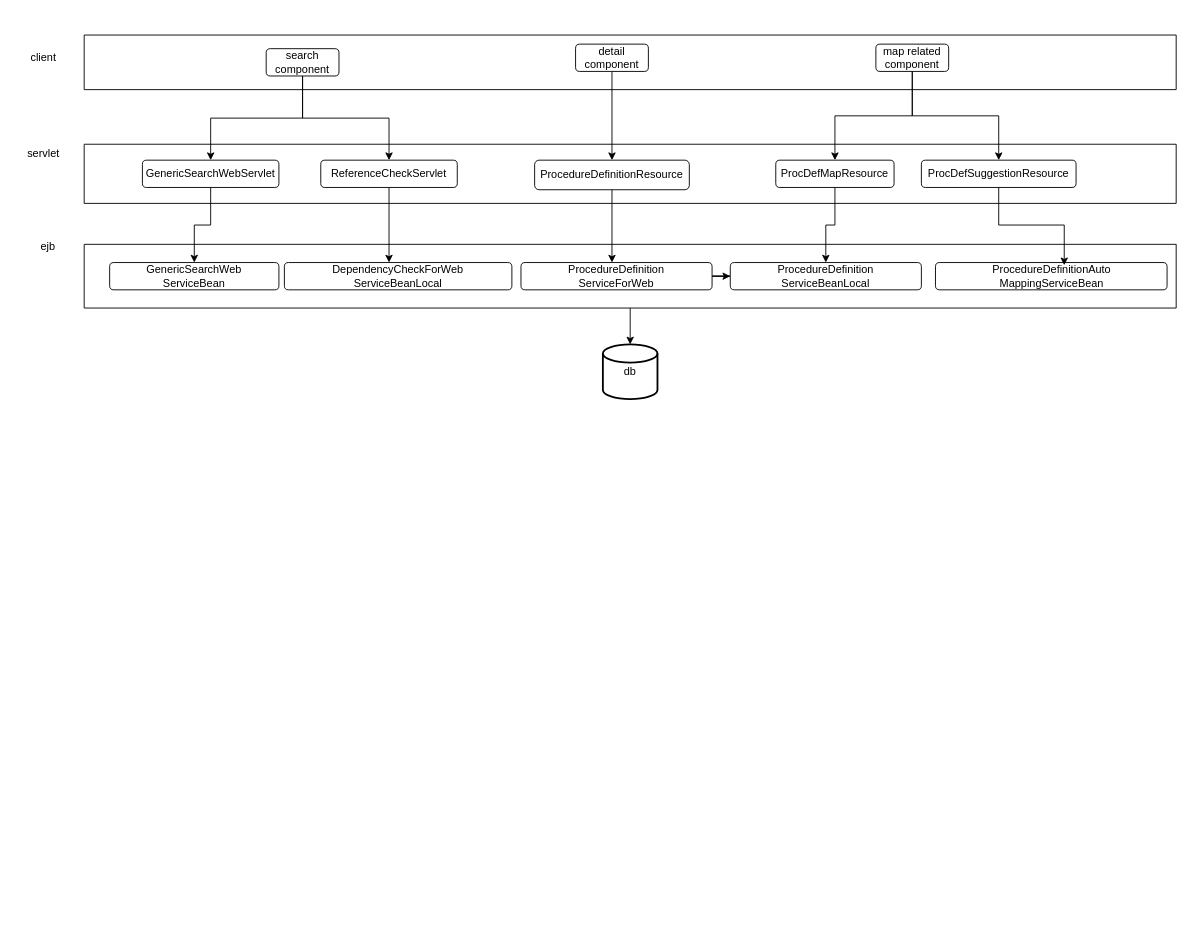
The draw.io diagram component.drawio in guo-fan/react_notes, before the edit. Source tidied: cells renumbered, new cells numbered last; positions are measured from the earlier drawing's top-left corner, leaving out a move shared by most shapes. Both pictures are drawn from the tidied source at 91%, with x=0, y=0 at pixel (15, 35).
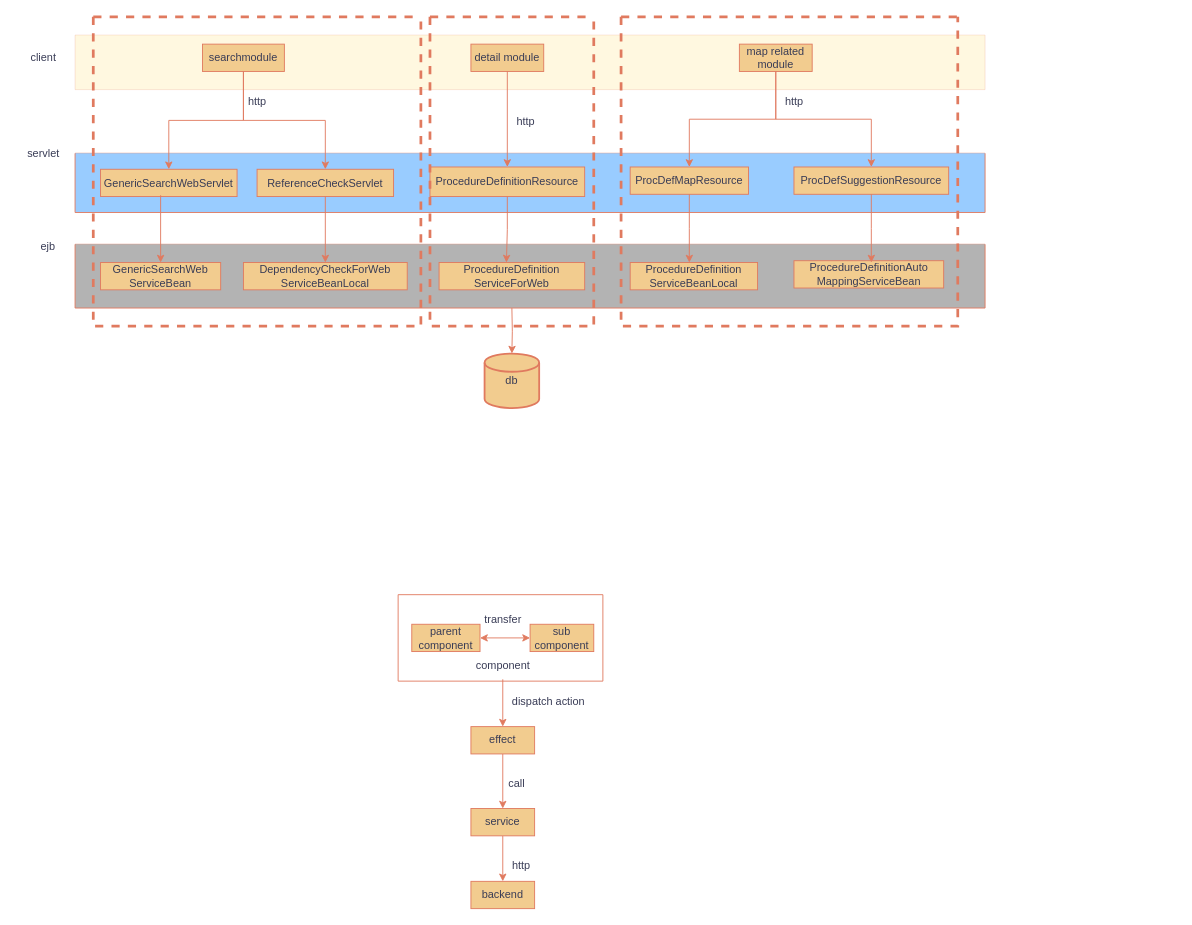
After the change.

What changed in the source:
```diff
@@
-    <mxCell id="2" style="edgeStyle=orthogonalEdgeStyle;rounded=0;jettySize=auto;html=1;entryX=0.5;entryY=0;entryDx=0;entryDy=0;exitX=0.5;exitY=1;exitDx=0;exitDy=0;entryPerimeter=0;" parent="1" edge="1" source="5" target="11">
-      <mxGeometry relative="1" as="geometry" />
-    </mxCell>
-    <mxCell id="3" style="swimlane;startSize=0;" parent="1" vertex="1">
-      <mxGeometry x="75" width="1200" height="60" as="geometry" />
+    <mxCell id="3" style="swimlane;startSize=0;rounded=0;labelBackgroundColor=none;swimlaneFillColor=#FFD966;fillStyle=auto;shadow=0;textShadow=0;glass=0;opacity=20;fillColor=#F2CC8F;strokeColor=#E07A5F;fontColor=#393C56;" parent="1" vertex="1">
+      <mxGeometry x="65" width="1000" height="60" as="geometry" />
     </mxCell>
-    <mxCell id="4" value="search component" style="rounded=1;whiteSpace=wrap;html=1;" parent="3" vertex="1">
-      <mxGeometry x="200" y="15" width="80" height="30" as="geometry" />
+    <mxCell id="4" value="searchmodule" style="rounded=0;whiteSpace=wrap;html=1;labelBackgroundColor=none;fillColor=#F2CC8F;strokeColor=#E07A5F;fontColor=#393C56;" parent="3" vertex="1">
+      <mxGeometry x="140" y="10" width="90" height="30" as="geometry" />
     </mxCell>
-    <mxCell id="5" value="detail component" style="rounded=1;whiteSpace=wrap;html=1;" parent="3" vertex="1">
-      <mxGeometry x="540" y="10" width="80" height="30" as="geometry" />
+    <mxCell id="5" value="detail module" style="rounded=0;whiteSpace=wrap;html=1;labelBackgroundColor=none;fillColor=#F2CC8F;strokeColor=#E07A5F;fontColor=#393C56;" parent="3" vertex="1">
+      <mxGeometry x="435" y="10" width="80" height="30" as="geometry" />
     </mxCell>
-    <mxCell id="6" value="map related component" style="rounded=1;whiteSpace=wrap;html=1;" parent="3" vertex="1">
-      <mxGeometry x="870" y="10" width="80" height="30" as="geometry" />
+    <mxCell id="6" value="map related module" style="rounded=0;whiteSpace=wrap;html=1;labelBackgroundColor=none;fillColor=#F2CC8F;strokeColor=#E07A5F;fontColor=#393C56;" parent="3" vertex="1">
+      <mxGeometry x="730" y="10" width="80" height="30" as="geometry" />
     </mxCell>
-    <mxCell id="7" value="client" style="text;html=1;align=center;verticalAlign=middle;strokeColor=none;fillColor=none;" parent="1" vertex="1">
+    <mxCell id="7" value="client" style="text;html=1;align=center;verticalAlign=middle;strokeColor=none;fillColor=none;rounded=0;labelBackgroundColor=none;fontColor=#393C56;" parent="1" vertex="1">
       <mxGeometry x="5" y="10" width="50" height="30" as="geometry" />
     </mxCell>
-    <mxCell id="8" style="swimlane;startSize=0;" parent="1" vertex="1">
-      <mxGeometry x="75" y="120" width="1200" height="65" as="geometry" />
+    <mxCell id="8" style="swimlane;startSize=0;rounded=0;labelBackgroundColor=none;swimlaneFillColor=#99CCFF;fillColor=#F2CC8F;strokeColor=#E07A5F;fontColor=#393C56;" parent="1" vertex="1">
+      <mxGeometry x="65" y="130" width="1000" height="65" as="geometry" />
     </mxCell>
-    <mxCell id="9" value="GenericSearchWebServlet" style="rounded=1;whiteSpace=wrap;html=1;" parent="8" vertex="1">
-      <mxGeometry x="64" y="17.5" width="150" height="30" as="geometry" />
+    <mxCell id="9" value="GenericSearchWebServlet" style="rounded=0;whiteSpace=wrap;html=1;labelBackgroundColor=none;fillColor=#F2CC8F;strokeColor=#E07A5F;fontColor=#393C56;" parent="8" vertex="1">
+      <mxGeometry x="28" y="17.5" width="150" height="30" as="geometry" />
     </mxCell>
-    <mxCell id="10" value="ReferenceCheckServlet" style="rounded=1;whiteSpace=wrap;html=1;" parent="8" vertex="1">
-      <mxGeometry x="260" y="17.5" width="150" height="30" as="geometry" />
+    <mxCell id="10" value="ReferenceCheckServlet" style="rounded=0;whiteSpace=wrap;html=1;labelBackgroundColor=none;fillColor=#F2CC8F;strokeColor=#E07A5F;fontColor=#393C56;" parent="8" vertex="1">
+      <mxGeometry x="200" y="17.5" width="150" height="30" as="geometry" />
     </mxCell>
-    <mxCell id="11" value="ProcedureDefinitionResource" style="rounded=1;whiteSpace=wrap;html=1;" parent="8" vertex="1">
-      <mxGeometry x="495" y="17.5" width="170" height="32.5" as="geometry" />
+    <mxCell id="11" value="ProcedureDefinitionResource" style="rounded=0;whiteSpace=wrap;html=1;labelBackgroundColor=none;fillColor=#F2CC8F;strokeColor=#E07A5F;fontColor=#393C56;" parent="8" vertex="1">
+      <mxGeometry x="390" y="15" width="170" height="32.5" as="geometry" />
     </mxCell>
-    <mxCell id="12" value="ProcDefMapResource" style="rounded=1;whiteSpace=wrap;html=1;" parent="8" vertex="1">
-      <mxGeometry x="760" y="17.5" width="130" height="30" as="geometry" />
+    <mxCell id="12" value="ProcDefMapResource" style="rounded=0;whiteSpace=wrap;html=1;labelBackgroundColor=none;fillColor=#F2CC8F;strokeColor=#E07A5F;fontColor=#393C56;" parent="8" vertex="1">
+      <mxGeometry x="610" y="15" width="130" height="30" as="geometry" />
     </mxCell>
-    <mxCell id="13" value="ProcDefSuggestionResource" style="rounded=1;whiteSpace=wrap;html=1;" parent="8" vertex="1">
-      <mxGeometry x="920" y="17.5" width="170" height="30" as="geometry" />
+    <mxCell id="13" value="ProcDefSuggestionResource" style="rounded=0;whiteSpace=wrap;html=1;labelBackgroundColor=none;fillColor=#F2CC8F;strokeColor=#E07A5F;fontColor=#393C56;" parent="8" vertex="1">
+      <mxGeometry x="790" y="15" width="170" height="30" as="geometry" />
     </mxCell>
-    <mxCell id="14" value="servlet" style="text;html=1;align=center;verticalAlign=middle;strokeColor=none;fillColor=none;" parent="1" vertex="1">
+    <mxCell id="14" value="servlet" style="text;html=1;align=center;verticalAlign=middle;strokeColor=none;fillColor=none;rounded=0;labelBackgroundColor=none;fontColor=#393C56;" parent="1" vertex="1">
       <mxGeometry y="115" width="60" height="30" as="geometry" />
     </mxCell>
-    <mxCell id="15" style="edgeStyle=orthogonalEdgeStyle;rounded=0;jettySize=auto;html=1;" parent="1" edge="1" source="16" target="24">
-      <mxGeometry relative="1" as="geometry" />
+    <mxCell id="15" style="edgeStyle=orthogonalEdgeStyle;rounded=0;jettySize=auto;html=1;labelBackgroundColor=none;fontColor=default;strokeColor=#E07A5F;" parent="1" edge="1" target="24">
+      <mxGeometry relative="1" as="geometry">
+        <mxPoint x="545" y="300" as="sourcePoint" />
+      </mxGeometry>
     </mxCell>
-    <mxCell id="16" style="swimlane;startSize=0;" parent="1" vertex="1">
-      <mxGeometry x="75" y="230" width="1200" height="70" as="geometry" />
+    <mxCell id="16" style="swimlane;startSize=0;rounded=0;labelBackgroundColor=none;swimlaneFillColor=#B3B3B3;fillColor=#F2CC8F;strokeColor=#E07A5F;fontColor=#393C56;" parent="1" vertex="1">
+      <mxGeometry x="65" y="230" width="1000" height="70" as="geometry" />
     </mxCell>
-    <mxCell id="17" value="GenericSearchWeb&lt;br&gt;ServiceBean" style="rounded=1;whiteSpace=wrap;html=1;" parent="16" vertex="1">
-      <mxGeometry x="28" y="20" width="186" height="30" as="geometry" />
+    <mxCell id="17" value="GenericSearchWeb&lt;br&gt;ServiceBean" style="rounded=0;whiteSpace=wrap;html=1;labelBackgroundColor=none;fillColor=#F2CC8F;strokeColor=#E07A5F;fontColor=#393C56;" parent="16" vertex="1">
+      <mxGeometry x="28" y="20" width="132" height="30" as="geometry" />
     </mxCell>
-    <mxCell id="18" value="DependencyCheckForWeb&lt;br&gt;ServiceBeanLocal" style="rounded=1;whiteSpace=wrap;html=1;" parent="16" vertex="1">
-      <mxGeometry x="220" y="20" width="250" height="30" as="geometry" />
+    <mxCell id="18" value="DependencyCheckForWeb&lt;br&gt;ServiceBeanLocal" style="rounded=0;whiteSpace=wrap;html=1;labelBackgroundColor=none;fillColor=#F2CC8F;strokeColor=#E07A5F;fontColor=#393C56;" parent="16" vertex="1">
+      <mxGeometry x="185" y="20" width="180" height="30" as="geometry" />
     </mxCell>
-    <mxCell id="19" style="edgeStyle=orthogonalEdgeStyle;rounded=0;jettySize=auto;html=1;entryX=0;entryY=0.5;entryDx=0;entryDy=0;" parent="16" edge="1" source="20" target="22">
-      <mxGeometry relative="1" as="geometry" />
-    </mxCell>
-    <mxCell id="20" value="ProcedureDefinition&lt;br&gt;ServiceForWeb" style="rounded=1;whiteSpace=wrap;html=1;" parent="16" vertex="1">
-      <mxGeometry x="480" y="20" width="210" height="30" as="geometry" />
+    <mxCell id="20" value="ProcedureDefinition&lt;br&gt;ServiceForWeb" style="rounded=0;whiteSpace=wrap;html=1;labelBackgroundColor=none;fillColor=#F2CC8F;strokeColor=#E07A5F;fontColor=#393C56;" parent="16" vertex="1">
+      <mxGeometry x="400" y="20" width="160" height="30" as="geometry" />
     </mxCell>
+    <mxCell id="22" value="ProcedureDefinition&lt;br&gt;ServiceBeanLocal" style="rounded=0;whiteSpace=wrap;html=1;labelBackgroundColor=none;fillColor=#F2CC8F;strokeColor=#E07A5F;fontColor=#393C56;" parent="16" vertex="1">
+      <mxGeometry x="610" y="20" width="140" height="30" as="geometry" />
+    </mxCell>
-    <mxCell id="21" value="ProcedureDefinitionAuto&lt;br&gt;MappingServiceBean" style="rounded=1;whiteSpace=wrap;html=1;" parent="16" vertex="1">
-      <mxGeometry x="935.5" y="20" width="254.5" height="30" as="geometry" />
+    <mxCell id="21" value="ProcedureDefinitionAuto&lt;br&gt;MappingServiceBean" style="rounded=0;whiteSpace=wrap;html=1;labelBackgroundColor=none;fillColor=#F2CC8F;strokeColor=#E07A5F;fontColor=#393C56;" parent="16" vertex="1">
+      <mxGeometry x="790" y="18" width="164.5" height="30" as="geometry" />
     </mxCell>
-    <mxCell id="22" value="ProcedureDefinition&lt;br&gt;ServiceBeanLocal" style="rounded=1;whiteSpace=wrap;html=1;" parent="16" vertex="1">
-      <mxGeometry x="710" y="20" width="210" height="30" as="geometry" />
-    </mxCell>
-    <mxCell id="23" value="ejb" style="text;html=1;align=center;verticalAlign=middle;strokeColor=none;fillColor=none;" parent="1" vertex="1">
+    <mxCell id="23" value="ejb" style="text;html=1;align=center;verticalAlign=middle;strokeColor=none;fillColor=none;rounded=0;labelBackgroundColor=none;fontColor=#393C56;" parent="1" vertex="1">
       <mxGeometry x="15" y="218" width="40" height="30" as="geometry" />
     </mxCell>
-    <mxCell id="24" value="db" style="strokeWidth=2;html=1;shape=mxgraph.flowchart.database;whiteSpace=wrap;" parent="1" vertex="1">
-      <mxGeometry x="645" y="340" width="60" height="60" as="geometry" />
+    <mxCell id="24" value="db" style="strokeWidth=2;html=1;shape=mxgraph.flowchart.database;whiteSpace=wrap;rounded=0;labelBackgroundColor=none;fillColor=#F2CC8F;strokeColor=#E07A5F;fontColor=#393C56;" parent="1" vertex="1">
+      <mxGeometry x="515" y="350" width="60" height="60" as="geometry" />
     </mxCell>
-    <mxCell id="25" style="edgeStyle=orthogonalEdgeStyle;rounded=0;jettySize=auto;html=1;" parent="1" edge="1" source="4" target="10">
+    <mxCell id="25" style="edgeStyle=orthogonalEdgeStyle;rounded=0;jettySize=auto;html=1;labelBackgroundColor=none;fontColor=default;strokeColor=#E07A5F;" parent="1" edge="1" source="4" target="10">
       <mxGeometry relative="1" as="geometry" />
     </mxCell>
-    <mxCell id="26" style="edgeStyle=orthogonalEdgeStyle;rounded=0;jettySize=auto;html=1;" parent="1" edge="1" source="4" target="9">
+    <mxCell id="26" style="edgeStyle=orthogonalEdgeStyle;rounded=0;jettySize=auto;html=1;labelBackgroundColor=none;fontColor=default;strokeColor=#E07A5F;" parent="1" edge="1" source="4" target="9">
       <mxGeometry relative="1" as="geometry" />
     </mxCell>
-    <mxCell id="27" style="edgeStyle=orthogonalEdgeStyle;rounded=0;jettySize=auto;html=1;entryX=0.5;entryY=0;entryDx=0;entryDy=0;" parent="1" edge="1" source="6" target="12">
+    <mxCell id="27" style="edgeStyle=orthogonalEdgeStyle;rounded=0;jettySize=auto;html=1;entryX=0.5;entryY=0;entryDx=0;entryDy=0;labelBackgroundColor=none;fontColor=default;strokeColor=#E07A5F;" parent="1" edge="1" source="6" target="12">
       <mxGeometry relative="1" as="geometry" />
     </mxCell>
-    <mxCell id="28" style="edgeStyle=orthogonalEdgeStyle;rounded=0;jettySize=auto;html=1;" parent="1" edge="1" source="6" target="13">
+    <mxCell id="28" style="edgeStyle=orthogonalEdgeStyle;rounded=0;jettySize=auto;html=1;labelBackgroundColor=none;fontColor=default;strokeColor=#E07A5F;" parent="1" edge="1" source="6" target="13">
       <mxGeometry relative="1" as="geometry" />
     </mxCell>
-    <mxCell id="29" style="edgeStyle=orthogonalEdgeStyle;rounded=0;jettySize=auto;html=1;" parent="1" edge="1" source="9" target="17">
+    <mxCell id="29" style="edgeStyle=orthogonalEdgeStyle;rounded=0;jettySize=auto;html=1;labelBackgroundColor=none;fontColor=default;exitX=0.44;exitY=0.95;exitDx=0;exitDy=0;exitPerimeter=0;strokeColor=#E07A5F;" parent="1" edge="1" source="9" target="17">
       <mxGeometry relative="1" as="geometry" />
     </mxCell>
-    <mxCell id="30" style="edgeStyle=orthogonalEdgeStyle;rounded=0;jettySize=auto;html=1;entryX=0.46;entryY=0;entryDx=0;entryDy=0;entryPerimeter=0;" parent="1" edge="1" source="10" target="18">
+    <mxCell id="30" style="edgeStyle=orthogonalEdgeStyle;rounded=0;jettySize=auto;html=1;entryX=0.5;entryY=0;entryDx=0;entryDy=0;labelBackgroundColor=none;fontColor=default;strokeColor=#E07A5F;" parent="1" edge="1" source="10" target="18">
       <mxGeometry relative="1" as="geometry" />
     </mxCell>
-    <mxCell id="31" style="edgeStyle=orthogonalEdgeStyle;rounded=0;jettySize=auto;html=1;entryX=0.5;entryY=0;entryDx=0;entryDy=0;" parent="1" edge="1" source="12" target="22">
-      <mxGeometry relative="1" as="geometry" />
+    <mxCell id="31" style="edgeStyle=orthogonalEdgeStyle;rounded=0;jettySize=auto;html=1;labelBackgroundColor=none;fontColor=default;strokeColor=#E07A5F;" parent="1" edge="1" source="12">
+      <mxGeometry relative="1" as="geometry">
+        <mxPoint x="740" y="250" as="targetPoint" />
+      </mxGeometry>
     </mxCell>
-    <mxCell id="32" style="edgeStyle=orthogonalEdgeStyle;rounded=0;jettySize=auto;html=1;entryX=0.556;entryY=0.1;entryDx=0;entryDy=0;entryPerimeter=0;" parent="1" edge="1" source="13" target="21">
-      <mxGeometry relative="1" as="geometry" />
+    <mxCell id="32" style="edgeStyle=orthogonalEdgeStyle;rounded=0;jettySize=auto;html=1;labelBackgroundColor=none;fontColor=default;strokeColor=#E07A5F;" parent="1" edge="1" source="13">
+      <mxGeometry relative="1" as="geometry">
+        <mxPoint x="940" y="250" as="targetPoint" />
+      </mxGeometry>
     </mxCell>
-    <mxCell id="33" style="edgeStyle=orthogonalEdgeStyle;rounded=0;jettySize=auto;html=1;" parent="1" edge="1" source="11">
-      <mxGeometry relative="1" as="geometry">
-        <mxPoint x="655" y="250" as="targetPoint" />
-      </mxGeometry>
-    </mxCell>
+    <mxCell id="34" style="edgeStyle=orthogonalEdgeStyle;rounded=0;jettySize=auto;html=1;labelBackgroundColor=none;fontColor=default;strokeColor=#E07A5F;" parent="1" edge="1" source="35" target="37">
+      <mxGeometry relative="1" as="geometry" />
+    </mxCell>
+    <mxCell id="35" value="effect" style="rounded=0;whiteSpace=wrap;html=1;labelBackgroundColor=none;fillColor=#F2CC8F;strokeColor=#E07A5F;fontColor=#393C56;" parent="1" vertex="1">
+      <mxGeometry x="500" y="760" width="70" height="30" as="geometry" />
+    </mxCell>
+    <mxCell id="36" style="edgeStyle=orthogonalEdgeStyle;rounded=0;jettySize=auto;html=1;labelBackgroundColor=none;fontColor=default;strokeColor=#E07A5F;" parent="1" edge="1" source="37" target="38">
+      <mxGeometry relative="1" as="geometry" />
+    </mxCell>
+    <mxCell id="37" value="service" style="rounded=0;whiteSpace=wrap;html=1;labelBackgroundColor=none;fillColor=#F2CC8F;strokeColor=#E07A5F;fontColor=#393C56;" parent="1" vertex="1">
+      <mxGeometry x="500" y="850" width="70" height="30" as="geometry" />
+    </mxCell>
+    <mxCell id="38" value="backend" style="rounded=0;whiteSpace=wrap;html=1;labelBackgroundColor=none;fillColor=#F2CC8F;strokeColor=#E07A5F;fontColor=#393C56;" parent="1" vertex="1">
+      <mxGeometry x="500" y="930" width="70" height="30" as="geometry" />
+    </mxCell>
+    <mxCell id="39" style="swimlane;startSize=0;rounded=0;labelBackgroundColor=none;fillColor=#F2CC8F;strokeColor=#E07A5F;fontColor=#393C56;" parent="1" vertex="1">
+      <mxGeometry x="420" y="615" width="225" height="95" as="geometry" />
+    </mxCell>
+    <mxCell id="40" value="parent&lt;br&gt;component" style="rounded=0;whiteSpace=wrap;html=1;labelBackgroundColor=none;fillColor=#F2CC8F;strokeColor=#E07A5F;fontColor=#393C56;" parent="39" vertex="1">
+      <mxGeometry x="15" y="32.5" width="75" height="30" as="geometry" />
+    </mxCell>
+    <mxCell id="41" value="sub&lt;br&gt;component" style="rounded=0;whiteSpace=wrap;html=1;labelBackgroundColor=none;fillColor=#F2CC8F;strokeColor=#E07A5F;fontColor=#393C56;" parent="39" vertex="1">
+      <mxGeometry x="145" y="32.5" width="70" height="30" as="geometry" />
+    </mxCell>
+    <mxCell id="42" style="endArrow=classic;startArrow=classic;html=1;rounded=0;exitX=1;exitY=0.5;exitDx=0;exitDy=0;entryX=0;entryY=0.5;entryDx=0;entryDy=0;labelBackgroundColor=none;fontColor=default;strokeColor=#E07A5F;" parent="39" edge="1" source="40" target="41">
+      <mxGeometry relative="1" as="geometry" />
+    </mxCell>
+    <mxCell id="43" value="component" style="text;html=1;align=center;verticalAlign=middle;strokeColor=none;fillColor=none;rounded=0;labelBackgroundColor=none;fontColor=#393C56;" parent="1" vertex="1">
+      <mxGeometry x="495" y="678" width="80" height="30" as="geometry" />
+    </mxCell>
+    <mxCell id="44" style="edgeStyle=orthogonalEdgeStyle;rounded=0;orthogonalLoop=1;jettySize=auto;html=1;labelBackgroundColor=none;fontColor=default;strokeColor=#E07A5F;" parent="1" edge="1">
+      <mxGeometry relative="1" as="geometry">
+        <mxPoint x="535" y="708" as="sourcePoint" />
+        <mxPoint x="535" y="760" as="targetPoint" />
+      </mxGeometry>
+    </mxCell>
+    <mxCell id="45" value="dispatch action" style="text;html=1;align=center;verticalAlign=middle;strokeColor=none;fillColor=none;rounded=0;labelBackgroundColor=none;fontColor=#393C56;" parent="1" vertex="1">
+      <mxGeometry x="535" y="718" width="100" height="30" as="geometry" />
+    </mxCell>
+    <mxCell id="46" value="call" style="text;html=1;align=center;verticalAlign=middle;strokeColor=none;fillColor=none;rounded=0;labelBackgroundColor=none;fontColor=#393C56;" parent="1" vertex="1">
+      <mxGeometry x="530" y="808" width="40" height="30" as="geometry" />
+    </mxCell>
+    <mxCell id="47" value="http" style="text;html=1;align=center;verticalAlign=middle;strokeColor=none;fillColor=none;rounded=0;labelBackgroundColor=none;fontColor=#393C56;" parent="1" vertex="1">
+      <mxGeometry x="535" y="898" width="40" height="30" as="geometry" />
+    </mxCell>
+    <mxCell id="48" value="transfer" style="text;html=1;align=center;verticalAlign=middle;strokeColor=none;fillColor=none;rounded=0;labelBackgroundColor=none;fontColor=#393C56;" parent="1" vertex="1">
+      <mxGeometry x="505" y="628" width="60" height="30" as="geometry" />
+    </mxCell>
+    <mxCell id="49" style="edgeStyle=orthogonalEdgeStyle;rounded=0;jettySize=auto;html=1;fontColor=default;labelBackgroundColor=none;strokeColor=#E07A5F;" parent="1" edge="1" source="11">
+      <mxGeometry relative="1" as="geometry">
+        <mxPoint x="539" y="250" as="targetPoint" />
+      </mxGeometry>
+    </mxCell>
+    <mxCell id="2" style="edgeStyle=orthogonalEdgeStyle;rounded=0;jettySize=auto;html=1;labelBackgroundColor=none;strokeColor=#E07A5F;fontColor=default;" parent="1" edge="1" source="5" target="11">
+      <mxGeometry relative="1" as="geometry" />
+    </mxCell>
+    <mxCell id="50" style="swimlane;startSize=0;dashed=1;fillColor=#F2CC8F;strokeColor=#E07A5F;strokeWidth=3;labelBackgroundColor=none;fontColor=#393C56;" parent="1" vertex="1">
+      <mxGeometry x="85" y="-20" width="360" height="340" as="geometry" />
+    </mxCell>
+    <mxCell id="51" style="swimlane;startSize=0;dashed=1;strokeColor=#E07A5F;strokeWidth=3;labelBackgroundColor=none;fillColor=#F2CC8F;fontColor=#393C56;" parent="1" vertex="1">
+      <mxGeometry x="455" y="-20" width="180" height="340" as="geometry" />
+    </mxCell>
+    <mxCell id="52" value="http" style="text;html=1;align=center;verticalAlign=middle;strokeColor=none;fillColor=none;labelBackgroundColor=none;fontColor=#393C56;" parent="51" vertex="1">
+      <mxGeometry x="85" y="100" width="40" height="30" as="geometry" />
+    </mxCell>
+    <mxCell id="53" style="swimlane;startSize=0;dashed=1;strokeWidth=3;labelBackgroundColor=none;fillColor=#F2CC8F;strokeColor=#E07A5F;fontColor=#393C56;" parent="1" vertex="1">
+      <mxGeometry x="665" y="-20" width="370" height="340" as="geometry" />
+    </mxCell>
+    <mxCell id="54" value="http" style="text;html=1;align=center;verticalAlign=middle;strokeColor=none;fillColor=none;labelBackgroundColor=none;fontColor=#393C56;" parent="1" vertex="1">
+      <mxGeometry x="245" y="58" width="40" height="30" as="geometry" />
+    </mxCell>
+    <mxCell id="55" value="http" style="text;html=1;align=center;verticalAlign=middle;strokeColor=none;fillColor=none;labelBackgroundColor=none;fontColor=#393C56;" parent="1" vertex="1">
+      <mxGeometry x="835" y="58" width="40" height="30" as="geometry" />
+    </mxCell>
```
